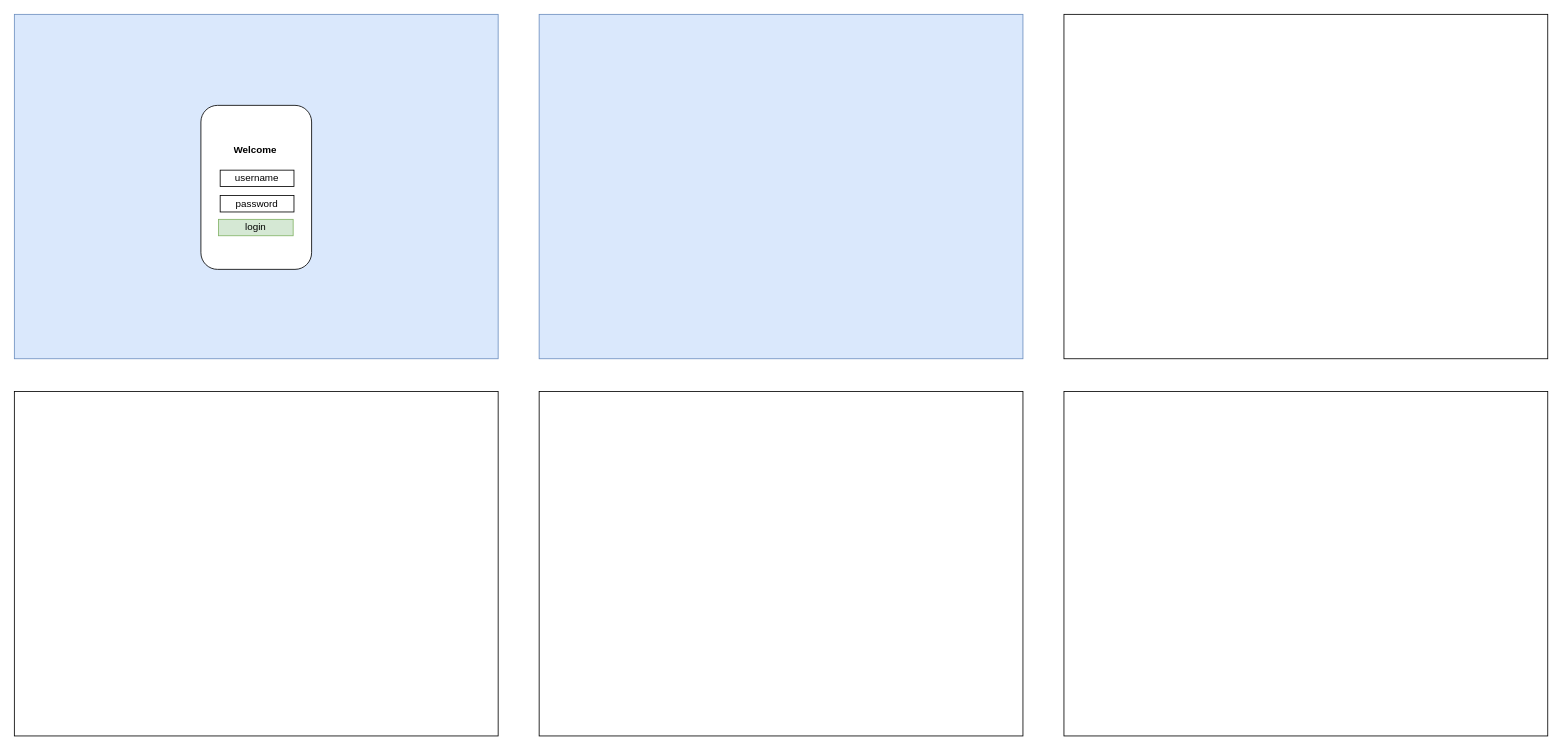
Above: HCI/user-flow.drawio in K-M-Shehan/software-design-docs (draw.io), before the change. Source tidied: cells renumbered, new cells numbered last; positions are measured from the earlier drawing's top-left corner, leaving out a move shared by most shapes. Both pictures are drawn from the tidied source at 82%, with x=0, y=0 at pixel (14, 14).
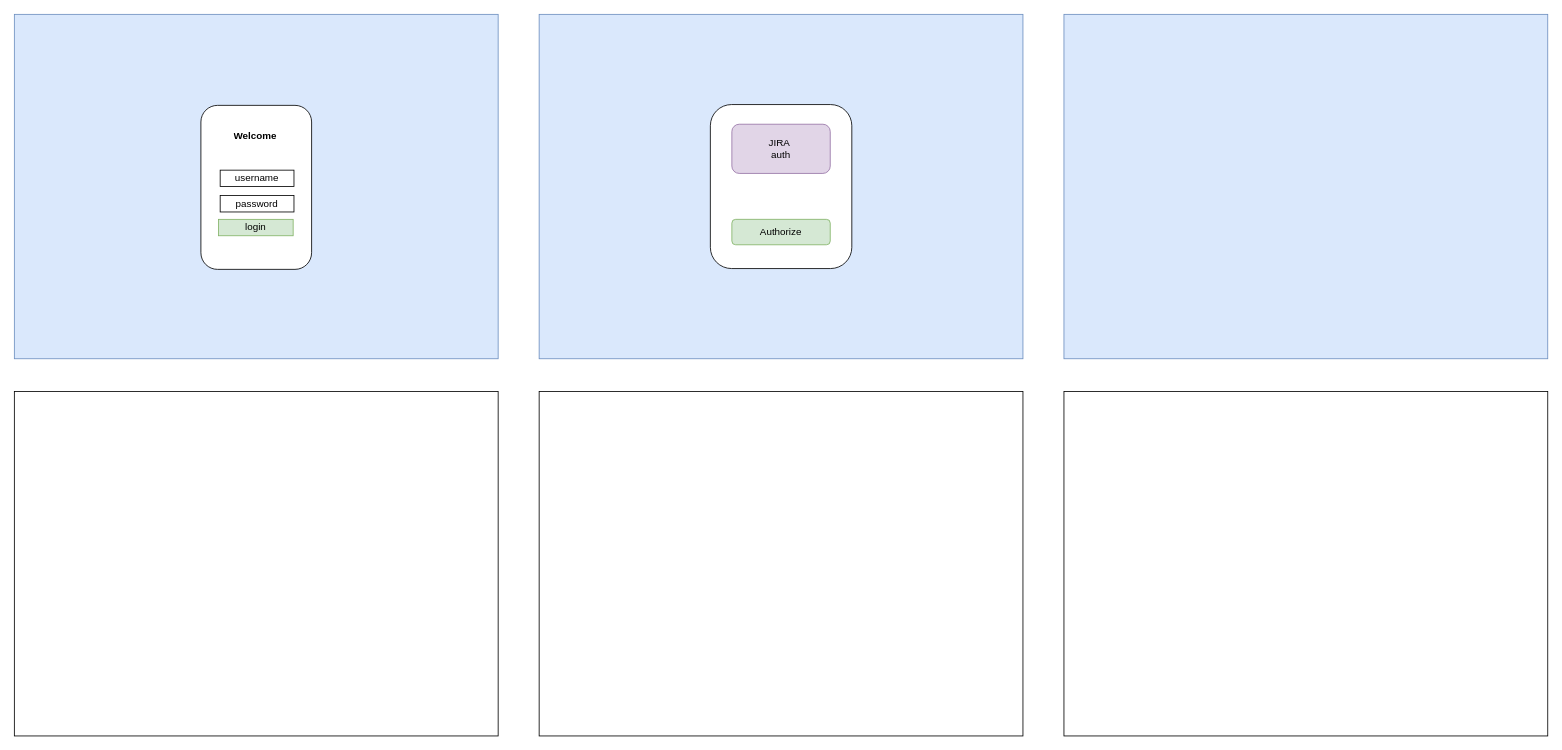
Above is the later version.

Commit message:
2nd page- jira integration

Change to the diagram source:
```diff
@@
 <mxGraphModel>
   <root>
     <mxCell id="0" />
     <mxCell id="1" parent="0" />
     <mxCell id="2" style="rounded=0;whiteSpace=wrap;html=1;fillColor=#dae8fc;strokeColor=#6c8ebf;" parent="1" vertex="1">
       <mxGeometry width="590" height="420" as="geometry" />
     </mxCell>
     <mxCell id="3" style="rounded=0;whiteSpace=wrap;html=1;fillColor=#dae8fc;strokeColor=#6c8ebf;" parent="1" vertex="1">
       <mxGeometry x="640" width="590" height="420" as="geometry" />
     </mxCell>
-    <mxCell id="4" style="rounded=0;whiteSpace=wrap;html=1;" parent="1" vertex="1">
+    <mxCell id="4" style="rounded=0;whiteSpace=wrap;html=1;fillColor=#dae8fc;strokeColor=#6c8ebf;" parent="1" vertex="1">
       <mxGeometry x="1280" width="590" height="420" as="geometry" />
     </mxCell>
     <mxCell id="5" style="rounded=0;whiteSpace=wrap;html=1;" parent="1" vertex="1">
       <mxGeometry y="460" width="590" height="420" as="geometry" />
     </mxCell>
     <mxCell id="6" style="rounded=0;whiteSpace=wrap;html=1;" parent="1" vertex="1">
       <mxGeometry x="640" y="460" width="590" height="420" as="geometry" />
     </mxCell>
     <mxCell id="7" style="rounded=0;whiteSpace=wrap;html=1;" parent="1" vertex="1">
       <mxGeometry x="1280" y="460" width="590" height="420" as="geometry" />
     </mxCell>
     <mxCell id="8" style="rounded=1;whiteSpace=wrap;html=1;" parent="1" vertex="1">
       <mxGeometry x="227.5" y="111" width="135" height="200" as="geometry" />
     </mxCell>
     <mxCell id="9" value="&lt;div align=&quot;center&quot;&gt;&lt;b&gt;Welcome&lt;/b&gt;&lt;/div&gt;" style="text;strokeColor=none;fillColor=none;align=center;verticalAlign=middle;spacingLeft=4;spacingRight=4;overflow=hidden;whiteSpace=wrap;html=1;" parent="1" vertex="1">
-      <mxGeometry x="254" y="150" width="80" height="30" as="geometry" />
+      <mxGeometry x="254" y="134" width="80" height="30" as="geometry" />
     </mxCell>
     <mxCell id="10" value="username" style="rounded=0;whiteSpace=wrap;html=1;" parent="1" vertex="1">
       <mxGeometry x="251" y="190" width="90" height="20" as="geometry" />
     </mxCell>
     <mxCell id="11" value="password" style="rounded=0;whiteSpace=wrap;html=1;" parent="1" vertex="1">
       <mxGeometry x="251" y="221" width="90" height="20" as="geometry" />
     </mxCell>
     <mxCell id="12" value="login" style="rounded=0;whiteSpace=wrap;html=1;fillColor=#d5e8d4;strokeColor=#82b366;" parent="1" vertex="1">
       <mxGeometry x="249" y="250" width="91" height="20" as="geometry" />
     </mxCell>
+    <mxCell id="13" style="rounded=1;whiteSpace=wrap;html=1;" parent="1" vertex="1">
+      <mxGeometry x="848.8" y="110" width="172.5" height="200" as="geometry" />
+    </mxCell>
+    <mxCell id="14" value="&lt;div&gt;JIRA&amp;nbsp;&lt;/div&gt;&lt;div&gt;auth&lt;/div&gt;" style="rounded=1;whiteSpace=wrap;html=1;fillColor=#e1d5e7;strokeColor=#9673a6;" parent="1" vertex="1">
+      <mxGeometry x="875" y="134" width="120" height="60" as="geometry" />
+    </mxCell>
+    <mxCell id="15" value="Authorize" style="rounded=1;whiteSpace=wrap;html=1;fillColor=#d5e8d4;strokeColor=#82b366;" parent="1" vertex="1">
+      <mxGeometry x="875" y="250" width="120" height="31" as="geometry" />
+    </mxCell>
   </root>
 </mxGraphModel>
```
